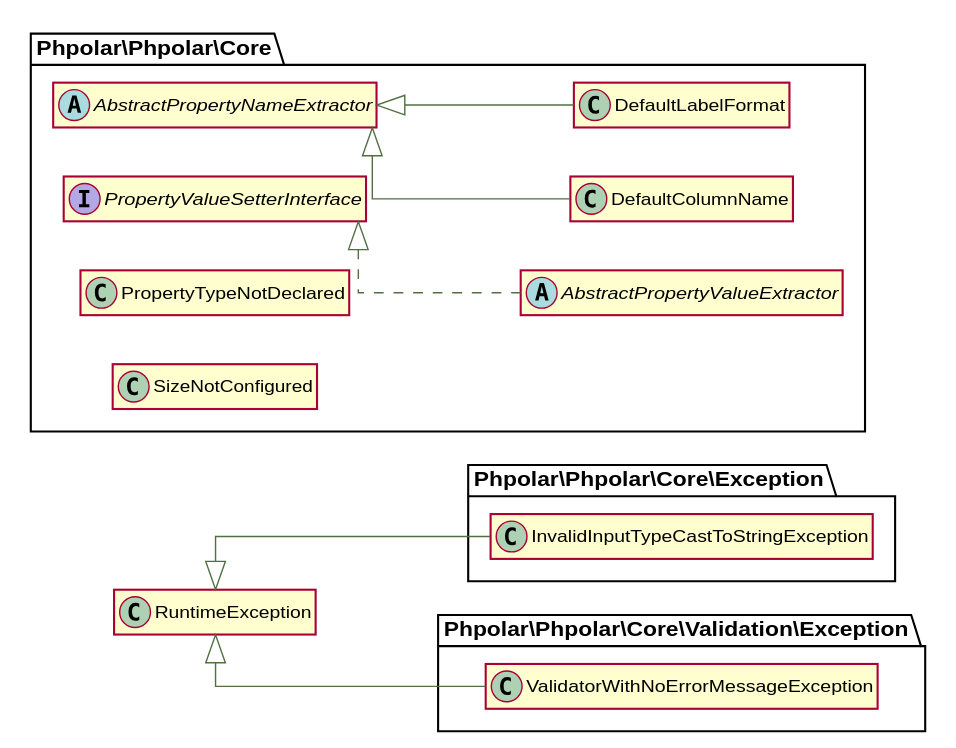
phpolar/core keeps this PlantUML diagram as docs/graphs/classes.svg. Above is the earlier version.
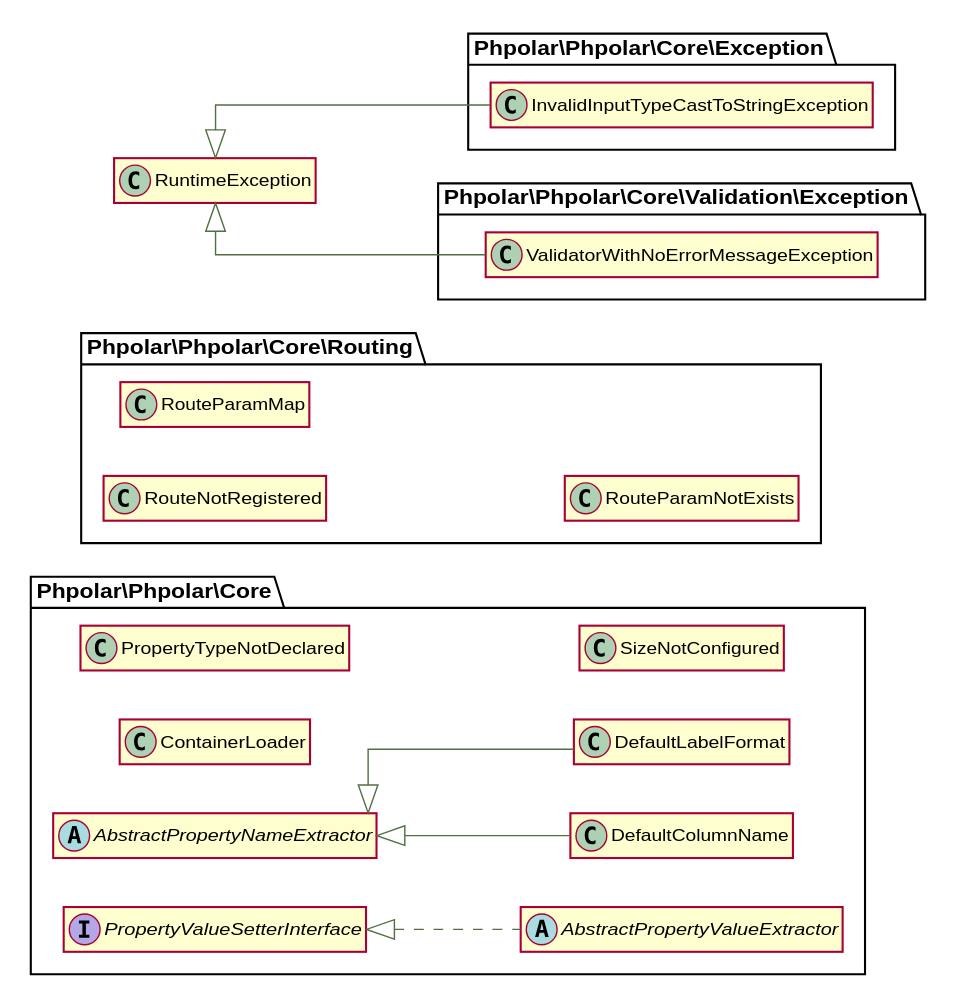
The same diagram one commit later.

Change to the diagram source:
```diff
@@ -19,6 +19,9 @@
 abstract class \\Phpolar\\Phpolar\\Core\\AbstractPropertyValueExtractor implements \\Phpolar\\Phpolar\\Core\\PropertyValueSetterInterface {
 }
 
+class \\Phpolar\\Phpolar\\Core\\ContainerLoader {
+}
+
 class \\Phpolar\\Phpolar\\Core\\DefaultColumnName extends \\Phpolar\\Phpolar\\Core\\AbstractPropertyNameExtractor {
 }
 
@@ -37,6 +40,15 @@
 class \\Phpolar\\Phpolar\\Core\\Exception\\InvalidInputTypeCastToStringException extends \\RuntimeException {
 }
 
+class \\Phpolar\\Phpolar\\Core\\Routing\\RouteNotRegistered {
+}
+
+class \\Phpolar\\Phpolar\\Core\\Routing\\RouteParamMap {
+}
+
+class \\Phpolar\\Phpolar\\Core\\Routing\\RouteParamNotExists {
+}
+
 class \\Phpolar\\Phpolar\\Core\\Validation\\Exception\\ValidatorWithNoErrorMessageException extends \\RuntimeException {
 }
 
```
